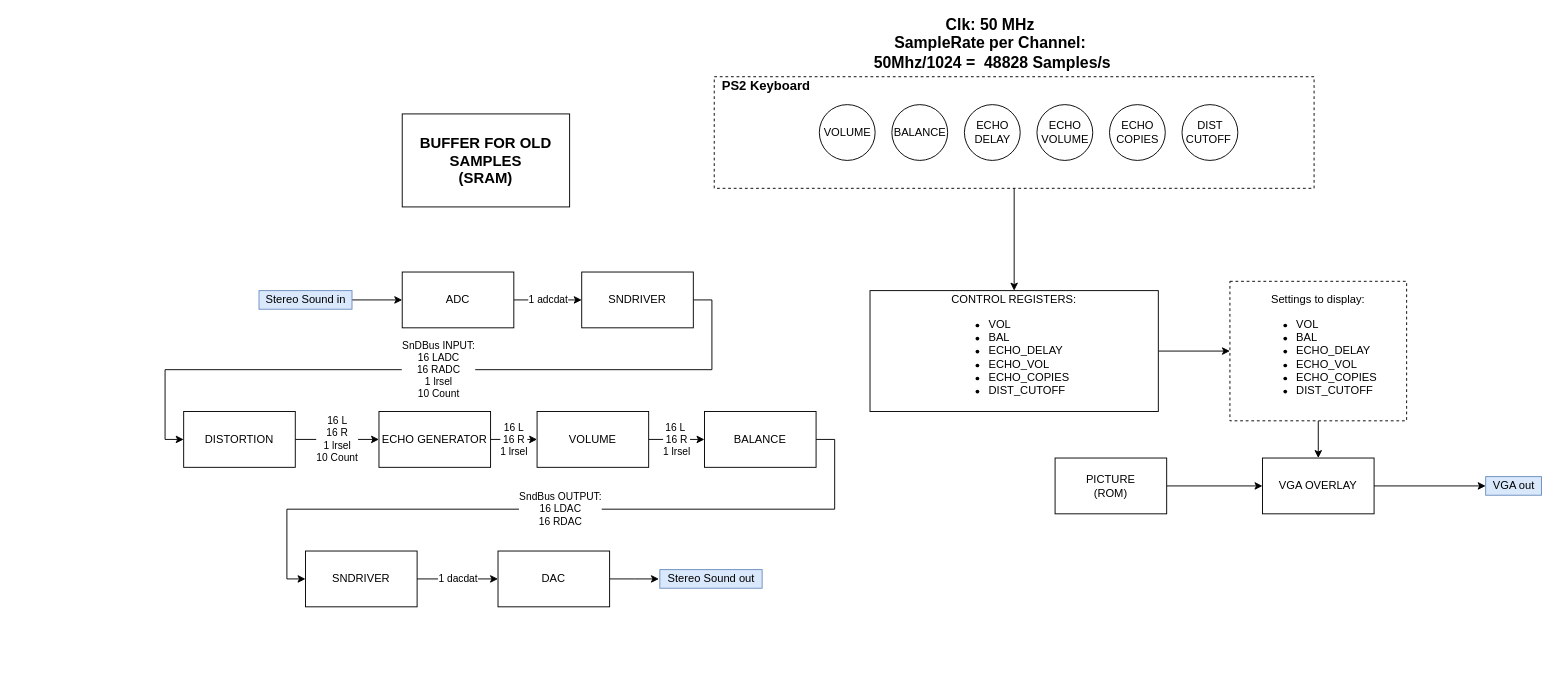
The draw.io diagram Documentation/blockdiagram.drawio in JoeyStrandnes/TSIU03-VHDL-Gang, before the edit. Source tidied: cells renumbered, new cells numbered last; positions are measured from the earlier drawing's top-left corner, leaving out a move shared by most shapes. Both pictures are drawn from the tidied source at 93%, with x=0, y=0 at pixel (183, 20).
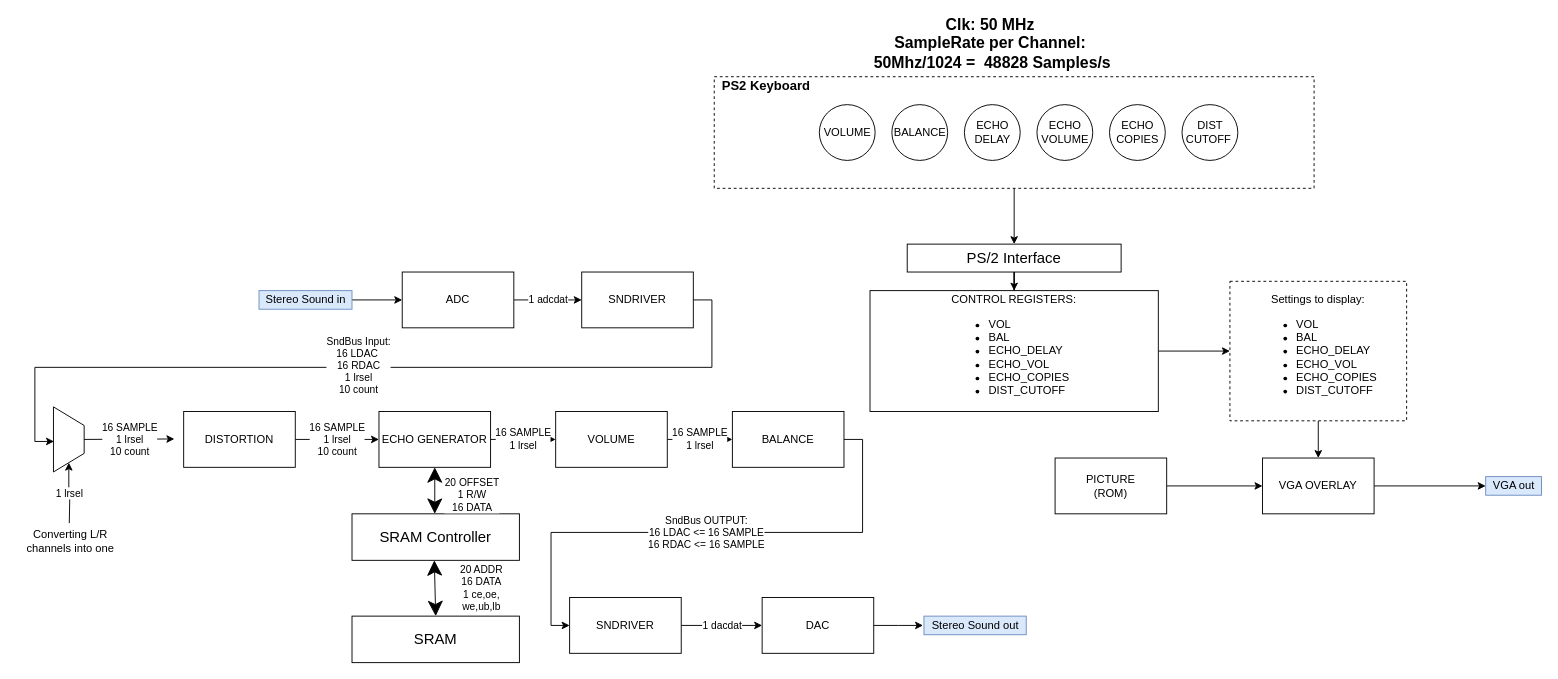
After the change.

Commit message (it also covers changes not shown here):
Uppdaterat blockdiagrammen

Unchanged cells that the change refers to:
```xml
<mxCell id="12" value="ECHO GENERATOR" style="rounded=0;whiteSpace=wrap;html=1;" parent="1" vertex="1">
  <mxGeometry x="210" y="420" width="120" height="60" as="geometry" />
</mxCell>
<mxCell id="14" value="DISTORTION" style="rounded=0;whiteSpace=wrap;html=1;" parent="1" vertex="1">
  <mxGeometry y="420" width="120" height="60" as="geometry" />
</mxCell>
<mxCell id="21" value="SNDRIVER" style="rounded=0;whiteSpace=wrap;html=1;" parent="1" vertex="1">
  <mxGeometry x="428" y="270" width="120" height="60" as="geometry" />
</mxCell>
<mxCell id="30" value="CONTROL REGISTERS:&lt;br&gt;&lt;div style=&quot;text-align: left&quot;&gt;&lt;ul&gt;&lt;li&gt;VOL&lt;/li&gt;&lt;li&gt;BAL&lt;/li&gt;&lt;li&gt;ECHO_DELAY&lt;/li&gt;&lt;li&gt;ECHO_VOL&lt;/li&gt;&lt;li&gt;ECHO_COPIES&lt;/li&gt;&lt;li&gt;DIST_CUTOFF&lt;/li&gt;&lt;/ul&gt;&lt;/div&gt;" style="rounded=0;whiteSpace=wrap;html=1;" parent="1" vertex="1">
  <mxGeometry x="738" y="290" width="310" height="130" as="geometry" />
</mxCell>
<mxCell id="32" style="whiteSpace=wrap;html=1;dashed=1;labelPosition=left;verticalLabelPosition=top;align=right;verticalAlign=bottom;" parent="31" vertex="1">
  <mxGeometry width="645" height="120" as="geometry" />
</mxCell>
```

Change to the diagram source:
```diff
@@
-    <mxCell id="11" value="16 L&lt;br&gt;16 R&lt;br&gt;1 lrsel" style="edgeStyle=orthogonalEdgeStyle;rounded=0;jettySize=auto;html=1;exitX=1;exitY=0.5;exitDx=0;exitDy=0;entryX=0;entryY=0.5;entryDx=0;entryDy=0;" parent="1" edge="1" source="12" target="25">
+    <mxCell id="11" value="16 SAMPLE&lt;br&gt;1 lrsel" style="edgeStyle=orthogonalEdgeStyle;rounded=0;jettySize=auto;html=1;exitX=1;exitY=0.5;exitDx=0;exitDy=0;entryX=0;entryY=0.5;entryDx=0;entryDy=0;" parent="1" edge="1" source="12" target="25">
       <mxGeometry relative="1" as="geometry" />
     </mxCell>
@@
-    <mxCell id="13" value="16 L&lt;br&gt;16 R&lt;br&gt;1 lrsel&lt;br&gt;10 Count" style="edgeStyle=orthogonalEdgeStyle;rounded=0;jettySize=auto;html=1;exitX=1;exitY=0.5;exitDx=0;exitDy=0;entryX=0;entryY=0.5;entryDx=0;entryDy=0;" parent="1" edge="1" source="14" target="12">
+    <mxCell id="13" value="16 SAMPLE&lt;br&gt;1 lrsel&lt;br&gt;10 count" style="edgeStyle=orthogonalEdgeStyle;rounded=0;jettySize=auto;html=1;exitX=1;exitY=0.5;exitDx=0;exitDy=0;entryX=0;entryY=0.5;entryDx=0;entryDy=0;" parent="1" edge="1" source="14" target="12">
       <mxGeometry relative="1" as="geometry" />
     </mxCell>
@@
     <mxCell id="17" style="edgeStyle=orthogonalEdgeStyle;rounded=0;jettySize=auto;html=1;exitX=1;exitY=0.5;exitDx=0;exitDy=0;" parent="1" edge="1" source="18">
       <mxGeometry relative="1" as="geometry">
-        <mxPoint x="511" y="600" as="targetPoint" />
+        <mxPoint x="795" y="650" as="targetPoint" />
       </mxGeometry>
     </mxCell>
     <mxCell id="18" value="DAC" style="rounded=0;whiteSpace=wrap;html=1;" parent="1" vertex="1">
-      <mxGeometry x="338" y="570" width="120" height="60" as="geometry" />
+      <mxGeometry x="622" y="620" width="120" height="60" as="geometry" />
     </mxCell>
     <mxCell id="19" value="Stereo Sound out" style="text;html=1;align=center;verticalAlign=middle;fillColor=#dae8fc;strokeColor=#6c8ebf;" parent="1" vertex="1">
-      <mxGeometry x="512" y="590" width="110" height="20" as="geometry" />
+      <mxGeometry x="796" y="640" width="110" height="20" as="geometry" />
     </mxCell>
-    <mxCell id="20" value="SnDBus INPUT:&lt;br&gt;16 LADC&lt;br&gt;16 RADC&lt;br&gt;1 lrsel&lt;br&gt;10 Count" style="edgeStyle=orthogonalEdgeStyle;rounded=0;jettySize=auto;html=1;exitX=1;exitY=0.5;exitDx=0;exitDy=0;entryX=0;entryY=0.5;entryDx=0;entryDy=0;" parent="1" edge="1" source="21" target="14">
-      <mxGeometry relative="1" as="geometry" />
-    </mxCell>
@@
     <mxCell id="23" value="SNDRIVER" style="rounded=0;whiteSpace=wrap;html=1;" parent="1" vertex="1">
-      <mxGeometry x="131" y="570" width="120" height="60" as="geometry" />
+      <mxGeometry x="415" y="620" width="120" height="60" as="geometry" />
     </mxCell>
-    <mxCell id="24" value="16 L&amp;nbsp;&lt;br&gt;16 R&lt;br&gt;1 lrsel" style="edgeStyle=orthogonalEdgeStyle;rounded=0;jettySize=auto;html=1;exitX=1;exitY=0.5;exitDx=0;exitDy=0;entryX=0;entryY=0.5;entryDx=0;entryDy=0;" parent="1" edge="1" source="25" target="27">
+    <mxCell id="24" value="16 SAMPLE&lt;br&gt;1 lrsel" style="edgeStyle=orthogonalEdgeStyle;rounded=0;jettySize=auto;html=1;exitX=1;exitY=0.5;exitDx=0;exitDy=0;entryX=0;entryY=0.5;entryDx=0;entryDy=0;" parent="1" edge="1" source="25" target="27">
       <mxGeometry relative="1" as="geometry" />
     </mxCell>
     <mxCell id="25" value="VOLUME" style="rounded=0;whiteSpace=wrap;html=1;" parent="1" vertex="1">
-      <mxGeometry x="380" y="420" width="120" height="60" as="geometry" />
+      <mxGeometry x="400" y="420" width="120" height="60" as="geometry" />
     </mxCell>
-    <mxCell id="26" value="SndBus OUTPUT:&lt;br&gt;16 LDAC&lt;br&gt;16 RDAC" style="edgeStyle=orthogonalEdgeStyle;rounded=0;jettySize=auto;html=1;exitX=1;exitY=0.5;exitDx=0;exitDy=0;entryX=0;entryY=0.5;entryDx=0;entryDy=0;" parent="1" edge="1" source="27" target="23">
+    <mxCell id="26" value="SndBus OUTPUT:&lt;br&gt;16 LDAC &amp;lt;= 16 SAMPLE&lt;br&gt;16 RDAC &amp;lt;= 16 SAMPLE" style="edgeStyle=orthogonalEdgeStyle;rounded=0;jettySize=auto;html=1;exitX=1;exitY=0.5;exitDx=0;exitDy=0;entryX=0;entryY=0.5;entryDx=0;entryDy=0;" parent="1" edge="1" source="27" target="23">
       <mxGeometry relative="1" as="geometry" />
     </mxCell>
     <mxCell id="27" value="BALANCE" style="rounded=0;whiteSpace=wrap;html=1;" parent="1" vertex="1">
-      <mxGeometry x="560" y="420" width="120" height="60" as="geometry" />
+      <mxGeometry x="590" y="420" width="120" height="60" as="geometry" />
     </mxCell>
@@
-    <mxCell id="40" style="edgeStyle=orthogonalEdgeStyle;rounded=0;jettySize=auto;html=1;exitX=0.5;exitY=1;exitDx=0;exitDy=0;entryX=0.5;entryY=0;entryDx=0;entryDy=0;" parent="1" edge="1" source="32" target="30">
+    <mxCell id="40" style="edgeStyle=orthogonalEdgeStyle;rounded=0;jettySize=auto;html=1;exitX=0.5;exitY=1;exitDx=0;exitDy=0;entryX=0.5;entryY=0;entryDx=0;entryDy=0;" parent="1" edge="1" source="32" target="47">
       <mxGeometry relative="1" as="geometry" />
     </mxCell>
-    <mxCell id="41" value="&lt;b style=&quot;font-size: 16px&quot;&gt;BUFFER FOR OLD SAMPLES&lt;br&gt;(SRAM)&lt;br&gt;&lt;/b&gt;" style="rounded=0;whiteSpace=wrap;html=1;shadow=0;fillColor=none;" parent="1" vertex="1">
-      <mxGeometry x="235" y="100" width="180" height="100" as="geometry" />
+    <mxCell id="41" value="&lt;span style=&quot;font-size: 16px&quot;&gt;SRAM Controller&lt;br&gt;&lt;/span&gt;" style="rounded=0;whiteSpace=wrap;html=1;shadow=0;fillColor=none;" parent="1" vertex="1">
+      <mxGeometry x="181" y="530" width="180" height="50" as="geometry" />
     </mxCell>
+    <mxCell id="42" style="shape=trapezoid;perimeter=trapezoidPerimeter;whiteSpace=wrap;html=1;fixedSize=1;hachureGap=4;direction=south;" parent="1" vertex="1">
+      <mxGeometry x="-140" y="415" width="33" height="70" as="geometry" />
+    </mxCell>
+    <mxCell id="43" style="edgeStyle=orthogonalEdgeStyle;rounded=0;jettySize=auto;html=1;exitX=1;exitY=0.5;exitDx=0;exitDy=0;entryX=0.531;entryY=0.983;entryDx=0;entryDy=0;entryPerimeter=0;" parent="1" edge="1" source="21" target="42">
+      <mxGeometry relative="1" as="geometry" />
+    </mxCell>
+    <mxCell id="44" value="SndBus Input:&lt;br&gt;16 LDAC&amp;nbsp;&lt;br&gt;16 RDAC&lt;br&gt;1 lrsel&lt;br&gt;10 count" style="edgeLabel;html=1;align=center;verticalAlign=middle;" parent="43" vertex="1">
+      <mxGeometry x="0.03" y="-2" relative="1" as="geometry">
+        <mxPoint x="1" as="offset" />
+      </mxGeometry>
+    </mxCell>
+    <mxCell id="45" value="16 SAMPLE&lt;br&gt;1 lrsel&lt;br&gt;10 count" style="edgeStyle=orthogonalEdgeStyle;rounded=0;jettySize=auto;html=1;exitX=0.5;exitY=0;exitDx=0;exitDy=0;entryX=0;entryY=0.5;entryDx=0;entryDy=0;" parent="1" edge="1" source="42">
+      <mxGeometry relative="1" as="geometry">
+        <mxPoint x="-10" y="449.5" as="targetPoint" />
+      </mxGeometry>
+    </mxCell>
+    <mxCell id="46" value="1 lrsel" style="edgeStyle=orthogonalEdgeStyle;rounded=0;jettySize=auto;html=1;entryX=1;entryY=0.5;entryDx=0;entryDy=0;" parent="1" edge="1" target="42">
+      <mxGeometry relative="1" as="geometry">
+        <mxPoint x="-123" y="540" as="sourcePoint" />
+      </mxGeometry>
+    </mxCell>
+    <mxCell id="47" value="&lt;font size=&quot;1&quot;&gt;&lt;span style=&quot;font-size: 16px&quot;&gt;PS/2 Interface&lt;/span&gt;&lt;/font&gt;" style="rounded=0;whiteSpace=wrap;html=1;hachureGap=4;" parent="1" vertex="1">
+      <mxGeometry x="778" y="240" width="230" height="30" as="geometry" />
+    </mxCell>
+    <mxCell id="48" style="edgeStyle=orthogonalEdgeStyle;rounded=0;jettySize=auto;html=1;entryX=0.5;entryY=0;entryDx=0;entryDy=0;" parent="1" edge="1" source="47" target="30">
+      <mxGeometry relative="1" as="geometry" />
+    </mxCell>
+    <mxCell id="49" value="20 OFFSET&lt;br&gt;1 R/W&lt;br&gt;16 DATA" style="endArrow=classic;startArrow=classic;html=1;startSize=14;endSize=14;sourcePerimeterSpacing=8;targetPerimeterSpacing=8;entryX=0.5;entryY=1;entryDx=0;entryDy=0;" parent="1" edge="1" target="12">
+      <mxGeometry x="-0.2" y="-40" relative="1" as="geometry">
+        <mxPoint x="270" y="530" as="sourcePoint" />
+      </mxGeometry>
+    </mxCell>
+    <mxCell id="50" value="&lt;span style=&quot;font-size: 16px&quot;&gt;SRAM&lt;br&gt;&lt;/span&gt;" style="rounded=0;whiteSpace=wrap;html=1;shadow=0;fillColor=none;" parent="1" vertex="1">
+      <mxGeometry x="181" y="640" width="180" height="50" as="geometry" />
+    </mxCell>
+    <mxCell id="51" value="20 ADDR&lt;br&gt;16 DATA&lt;br&gt;1 ce,oe,&lt;br&gt;we,ub,lb" style="endArrow=classic;startArrow=classic;html=1;startSize=14;endSize=14;sourcePerimeterSpacing=8;targetPerimeterSpacing=8;entryX=0.5;entryY=1;entryDx=0;entryDy=0;exitX=0.5;exitY=0;exitDx=0;exitDy=0;" parent="1" edge="1" source="50">
+      <mxGeometry x="-0.04" y="-50" relative="1" as="geometry">
+        <mxPoint x="269.5" y="580" as="targetPoint" />
+      </mxGeometry>
+    </mxCell>
+    <mxCell id="52" value="Converting L/R channels into one" style="text;html=1;strokeColor=none;fillColor=none;align=center;verticalAlign=middle;whiteSpace=wrap;rounded=0;hachureGap=4;" parent="1" vertex="1">
+      <mxGeometry x="-180" y="550" width="117" height="20" as="geometry" />
+    </mxCell>
```
